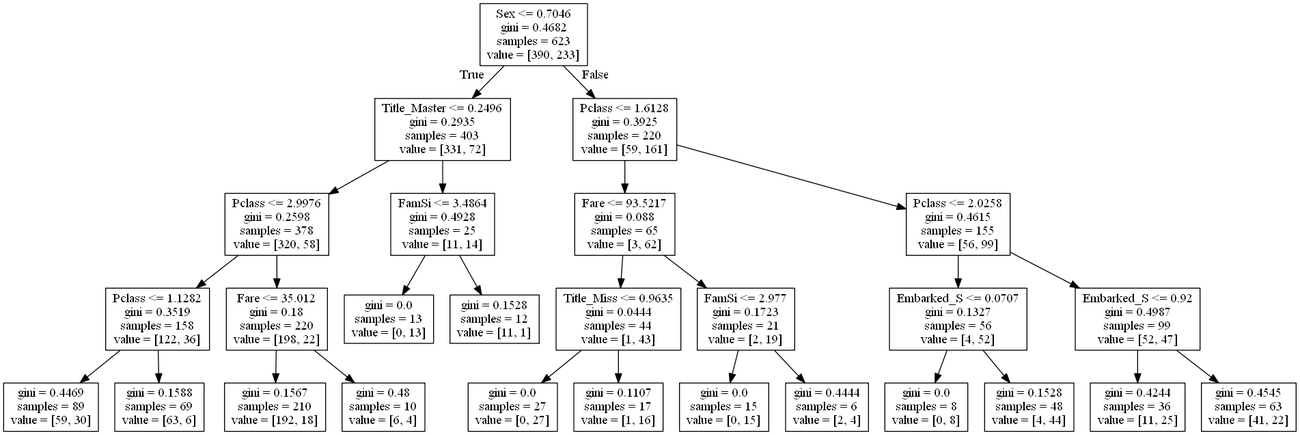
Before: tunedtreewithdummies.png, a diagram exported from Graphviz (bhavesh0009/Titanic). Its source is kept beside it as tunedtreewithdummies.dot. Source of this version:
```dot
digraph Tree {
node [shape=box] ;
0 [label="Sex <= 0.7046\ngini = 0.4682\nsamples = 623\nvalue = [390, 233]"] ;
1 [label="Title_Master <= 0.2496\ngini = 0.2935\nsamples = 403\nvalue = [331, 72]"] ;
0 -> 1 [labeldistance=2.5, labelangle=45, headlabel="True"] ;
2 [label="Pclass <= 2.9976\ngini = 0.2598\nsamples = 378\nvalue = [320, 58]"] ;
1 -> 2 ;
3 [label="Pclass <= 1.1282\ngini = 0.3519\nsamples = 158\nvalue = [122, 36]"] ;
2 -> 3 ;
4 [label="gini = 0.4469\nsamples = 89\nvalue = [59, 30]"] ;
3 -> 4 ;
5 [label="gini = 0.1588\nsamples = 69\nvalue = [63, 6]"] ;
3 -> 5 ;
6 [label="Fare <= 35.012\ngini = 0.18\nsamples = 220\nvalue = [198, 22]"] ;
2 -> 6 ;
7 [label="gini = 0.1567\nsamples = 210\nvalue = [192, 18]"] ;
6 -> 7 ;
8 [label="gini = 0.48\nsamples = 10\nvalue = [6, 4]"] ;
6 -> 8 ;
9 [label="FamSi <= 3.4864\ngini = 0.4928\nsamples = 25\nvalue = [11, 14]"] ;
1 -> 9 ;
10 [label="gini = 0.0\nsamples = 13\nvalue = [0, 13]"] ;
9 -> 10 ;
11 [label="gini = 0.1528\nsamples = 12\nvalue = [11, 1]"] ;
9 -> 11 ;
12 [label="Pclass <= 1.6128\ngini = 0.3925\nsamples = 220\nvalue = [59, 161]"] ;
0 -> 12 [labeldistance=2.5, labelangle=-45, headlabel="False"] ;
13 [label="Fare <= 93.5217\ngini = 0.088\nsamples = 65\nvalue = [3, 62]"] ;
12 -> 13 ;
14 [label="Title_Miss <= 0.9635\ngini = 0.0444\nsamples = 44\nvalue = [1, 43]"] ;
13 -> 14 ;
15 [label="gini = 0.0\nsamples = 27\nvalue = [0, 27]"] ;
14 -> 15 ;
16 [label="gini = 0.1107\nsamples = 17\nvalue = [1, 16]"] ;
14 -> 16 ;
17 [label="FamSi <= 2.977\ngini = 0.1723\nsamples = 21\nvalue = [2, 19]"] ;
13 -> 17 ;
18 [label="gini = 0.0\nsamples = 15\nvalue = [0, 15]"] ;
17 -> 18 ;
19 [label="gini = 0.4444\nsamples = 6\nvalue = [2, 4]"] ;
17 -> 19 ;
20 [label="Pclass <= 2.0258\ngini = 0.4615\nsamples = 155\nvalue = [56, 99]"] ;
12 -> 20 ;
21 [label="Embarked_S <= 0.0707\ngini = 0.1327\nsamples = 56\nvalue = [4, 52]"] ;
20 -> 21 ;
22 [label="gini = 0.0\nsamples = 8\nvalue = [0, 8]"] ;
21 -> 22 ;
23 [label="gini = 0.1528\nsamples = 48\nvalue = [4, 44]"] ;
21 -> 23 ;
24 [label="Embarked_S <= 0.92\ngini = 0.4987\nsamples = 99\nvalue = [52, 47]"] ;
20 -> 24 ;
25 [label="gini = 0.4244\nsamples = 36\nvalue = [11, 25]"] ;
24 -> 25 ;
26 [label="gini = 0.4545\nsamples = 63\nvalue = [41, 22]"] ;
24 -> 26 ;
}
```
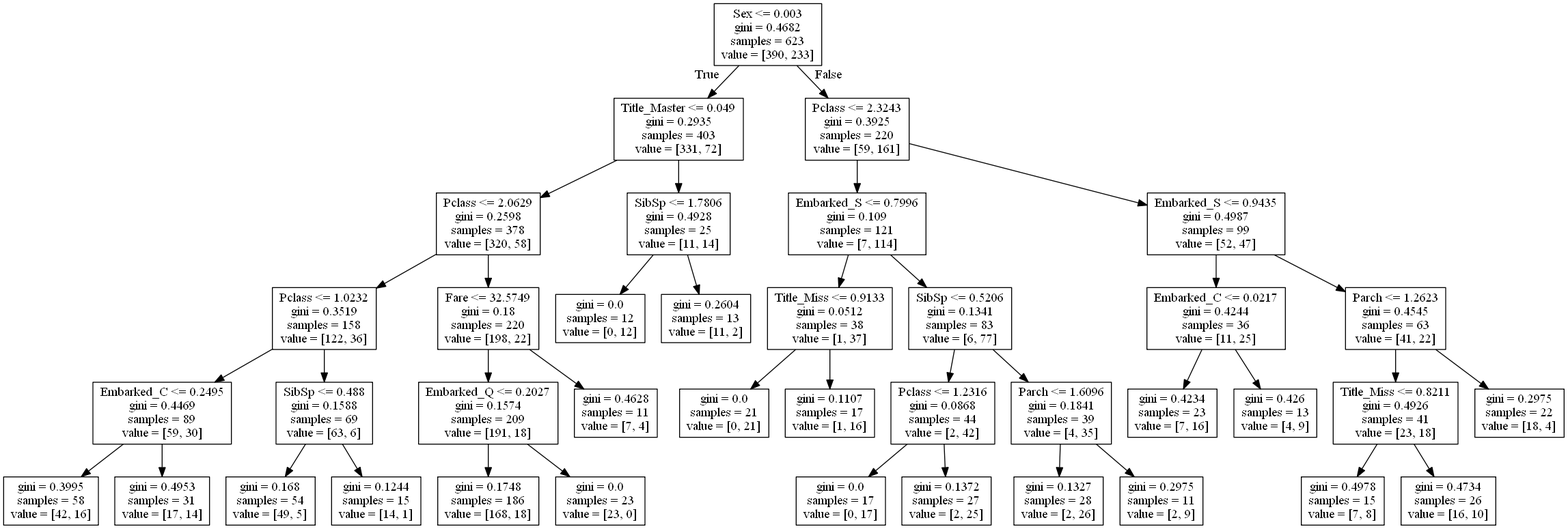
After the change.

Diff of the diagram source:
```diff
@@ -1,56 +1,80 @@
 digraph Tree {
 node [shape=box] ;
-0 [label="Sex <= 0.7046\ngini = 0.4682\nsamples = 623\nvalue = [390, 233]"] ;
-1 [label="Title_Master <= 0.2496\ngini = 0.2935\nsamples = 403\nvalue = [331, 72]"] ;
+0 [label="Sex <= 0.003\ngini = 0.4682\nsamples = 623\nvalue = [390, 233]"] ;
+1 [label="Title_Master <= 0.049\ngini = 0.2935\nsamples = 403\nvalue = [331, 72]"] ;
 0 -> 1 [labeldistance=2.5, labelangle=45, headlabel="True"] ;
-2 [label="Pclass <= 2.9976\ngini = 0.2598\nsamples = 378\nvalue = [320, 58]"] ;
+2 [label="Pclass <= 2.0629\ngini = 0.2598\nsamples = 378\nvalue = [320, 58]"] ;
 1 -> 2 ;
-3 [label="Pclass <= 1.1282\ngini = 0.3519\nsamples = 158\nvalue = [122, 36]"] ;
+3 [label="Pclass <= 1.0232\ngini = 0.3519\nsamples = 158\nvalue = [122, 36]"] ;
 2 -> 3 ;
-4 [label="gini = 0.4469\nsamples = 89\nvalue = [59, 30]"] ;
+4 [label="Embarked_C <= 0.2495\ngini = 0.4469\nsamples = 89\nvalue = [59, 30]"] ;
 3 -> 4 ;
-5 [label="gini = 0.1588\nsamples = 69\nvalue = [63, 6]"] ;
-3 -> 5 ;
-6 [label="Fare <= 35.012\ngini = 0.18\nsamples = 220\nvalue = [198, 22]"] ;
-2 -> 6 ;
-7 [label="gini = 0.1567\nsamples = 210\nvalue = [192, 18]"] ;
-6 -> 7 ;
-8 [label="gini = 0.48\nsamples = 10\nvalue = [6, 4]"] ;
-6 -> 8 ;
-9 [label="FamSi <= 3.4864\ngini = 0.4928\nsamples = 25\nvalue = [11, 14]"] ;
-1 -> 9 ;
-10 [label="gini = 0.0\nsamples = 13\nvalue = [0, 13]"] ;
-9 -> 10 ;
-11 [label="gini = 0.1528\nsamples = 12\nvalue = [11, 1]"] ;
-9 -> 11 ;
-12 [label="Pclass <= 1.6128\ngini = 0.3925\nsamples = 220\nvalue = [59, 161]"] ;
-0 -> 12 [labeldistance=2.5, labelangle=-45, headlabel="False"] ;
-13 [label="Fare <= 93.5217\ngini = 0.088\nsamples = 65\nvalue = [3, 62]"] ;
-12 -> 13 ;
-14 [label="Title_Miss <= 0.9635\ngini = 0.0444\nsamples = 44\nvalue = [1, 43]"] ;
-13 -> 14 ;
-15 [label="gini = 0.0\nsamples = 27\nvalue = [0, 27]"] ;
-14 -> 15 ;
-16 [label="gini = 0.1107\nsamples = 17\nvalue = [1, 16]"] ;
-14 -> 16 ;
-17 [label="FamSi <= 2.977\ngini = 0.1723\nsamples = 21\nvalue = [2, 19]"] ;
-13 -> 17 ;
-18 [label="gini = 0.0\nsamples = 15\nvalue = [0, 15]"] ;
-17 -> 18 ;
-19 [label="gini = 0.4444\nsamples = 6\nvalue = [2, 4]"] ;
-17 -> 19 ;
-20 [label="Pclass <= 2.0258\ngini = 0.4615\nsamples = 155\nvalue = [56, 99]"] ;
-12 -> 20 ;
-21 [label="Embarked_S <= 0.0707\ngini = 0.1327\nsamples = 56\nvalue = [4, 52]"] ;
+5 [label="gini = 0.3995\nsamples = 58\nvalue = [42, 16]"] ;
+4 -> 5 ;
+6 [label="gini = 0.4953\nsamples = 31\nvalue = [17, 14]"] ;
+4 -> 6 ;
+7 [label="SibSp <= 0.488\ngini = 0.1588\nsamples = 69\nvalue = [63, 6]"] ;
+3 -> 7 ;
+8 [label="gini = 0.168\nsamples = 54\nvalue = [49, 5]"] ;
+7 -> 8 ;
+9 [label="gini = 0.1244\nsamples = 15\nvalue = [14, 1]"] ;
+7 -> 9 ;
+10 [label="Fare <= 32.5749\ngini = 0.18\nsamples = 220\nvalue = [198, 22]"] ;
+2 -> 10 ;
+11 [label="Embarked_Q <= 0.2027\ngini = 0.1574\nsamples = 209\nvalue = [191, 18]"] ;
+10 -> 11 ;
+12 [label="gini = 0.1748\nsamples = 186\nvalue = [168, 18]"] ;
+11 -> 12 ;
+13 [label="gini = 0.0\nsamples = 23\nvalue = [23, 0]"] ;
+11 -> 13 ;
+14 [label="gini = 0.4628\nsamples = 11\nvalue = [7, 4]"] ;
+10 -> 14 ;
+15 [label="SibSp <= 1.7806\ngini = 0.4928\nsamples = 25\nvalue = [11, 14]"] ;
+1 -> 15 ;
+16 [label="gini = 0.0\nsamples = 12\nvalue = [0, 12]"] ;
+15 -> 16 ;
+17 [label="gini = 0.2604\nsamples = 13\nvalue = [11, 2]"] ;
+15 -> 17 ;
+18 [label="Pclass <= 2.3243\ngini = 0.3925\nsamples = 220\nvalue = [59, 161]"] ;
+0 -> 18 [labeldistance=2.5, labelangle=-45, headlabel="False"] ;
+19 [label="Embarked_S <= 0.7996\ngini = 0.109\nsamples = 121\nvalue = [7, 114]"] ;
+18 -> 19 ;
+20 [label="Title_Miss <= 0.9133\ngini = 0.0512\nsamples = 38\nvalue = [1, 37]"] ;
+19 -> 20 ;
+21 [label="gini = 0.0\nsamples = 21\nvalue = [0, 21]"] ;
 20 -> 21 ;
-22 [label="gini = 0.0\nsamples = 8\nvalue = [0, 8]"] ;
-21 -> 22 ;
-23 [label="gini = 0.1528\nsamples = 48\nvalue = [4, 44]"] ;
-21 -> 23 ;
-24 [label="Embarked_S <= 0.92\ngini = 0.4987\nsamples = 99\nvalue = [52, 47]"] ;
-20 -> 24 ;
-25 [label="gini = 0.4244\nsamples = 36\nvalue = [11, 25]"] ;
+22 [label="gini = 0.1107\nsamples = 17\nvalue = [1, 16]"] ;
+20 -> 22 ;
+23 [label="SibSp <= 0.5206\ngini = 0.1341\nsamples = 83\nvalue = [6, 77]"] ;
+19 -> 23 ;
+24 [label="Pclass <= 1.2316\ngini = 0.0868\nsamples = 44\nvalue = [2, 42]"] ;
+23 -> 24 ;
+25 [label="gini = 0.0\nsamples = 17\nvalue = [0, 17]"] ;
 24 -> 25 ;
-26 [label="gini = 0.4545\nsamples = 63\nvalue = [41, 22]"] ;
+26 [label="gini = 0.1372\nsamples = 27\nvalue = [2, 25]"] ;
 24 -> 26 ;
+27 [label="Parch <= 1.6096\ngini = 0.1841\nsamples = 39\nvalue = [4, 35]"] ;
+23 -> 27 ;
+28 [label="gini = 0.1327\nsamples = 28\nvalue = [2, 26]"] ;
+27 -> 28 ;
+29 [label="gini = 0.2975\nsamples = 11\nvalue = [2, 9]"] ;
+27 -> 29 ;
+30 [label="Embarked_S <= 0.9435\ngini = 0.4987\nsamples = 99\nvalue = [52, 47]"] ;
+18 -> 30 ;
+31 [label="Embarked_C <= 0.0217\ngini = 0.4244\nsamples = 36\nvalue = [11, 25]"] ;
+30 -> 31 ;
+32 [label="gini = 0.4234\nsamples = 23\nvalue = [7, 16]"] ;
+31 -> 32 ;
+33 [label="gini = 0.426\nsamples = 13\nvalue = [4, 9]"] ;
+31 -> 33 ;
+34 [label="Parch <= 1.2623\ngini = 0.4545\nsamples = 63\nvalue = [41, 22]"] ;
+30 -> 34 ;
+35 [label="Title_Miss <= 0.8211\ngini = 0.4926\nsamples = 41\nvalue = [23, 18]"] ;
+34 -> 35 ;
+36 [label="gini = 0.4978\nsamples = 15\nvalue = [7, 8]"] ;
+35 -> 36 ;
+37 [label="gini = 0.4734\nsamples = 26\nvalue = [16, 10]"] ;
+35 -> 37 ;
+38 [label="gini = 0.2975\nsamples = 22\nvalue = [18, 4]"] ;
+34 -> 38 ;
 }
```
